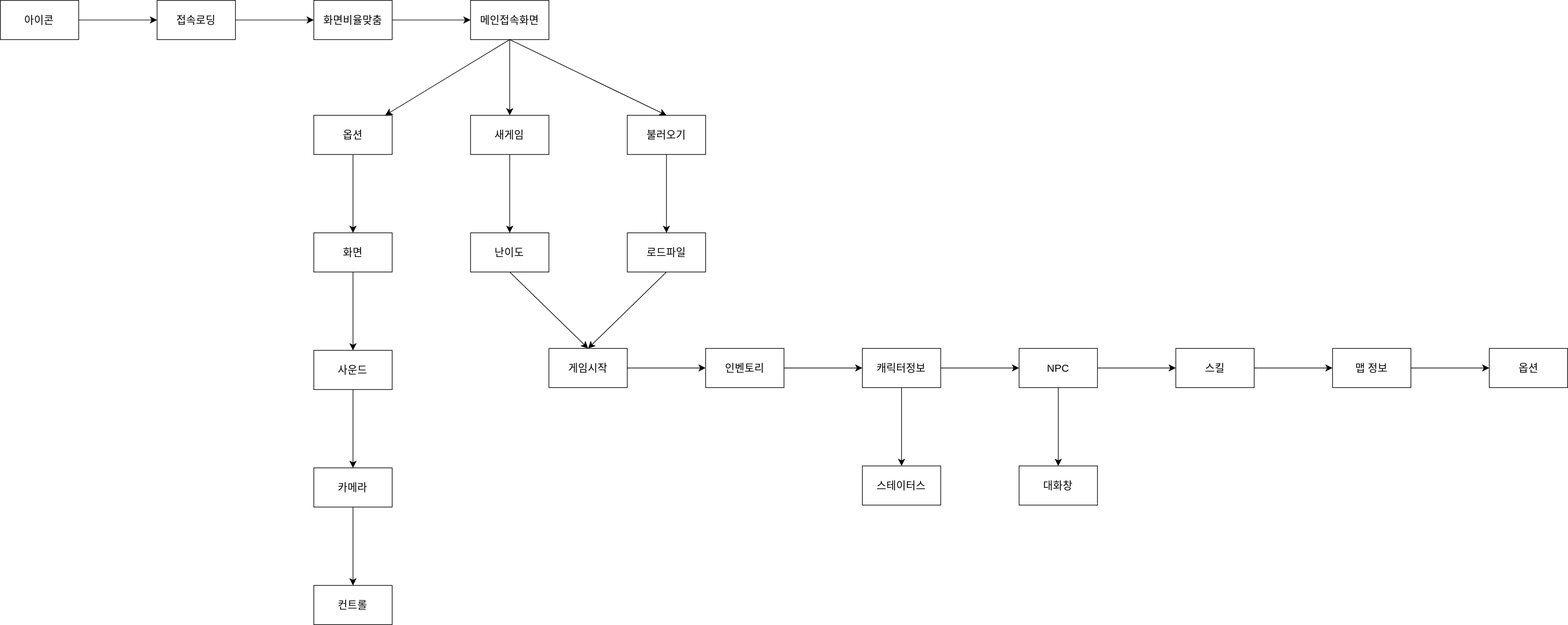
Earlier version of the draw.io export images/씬 플로우.drawio.svg (hji0909/H.J.I-website). Source tidied: cells renumbered, new cells last; positions are measured from the earlier drawing's top-left corner, leaving out a move shared by most shapes.
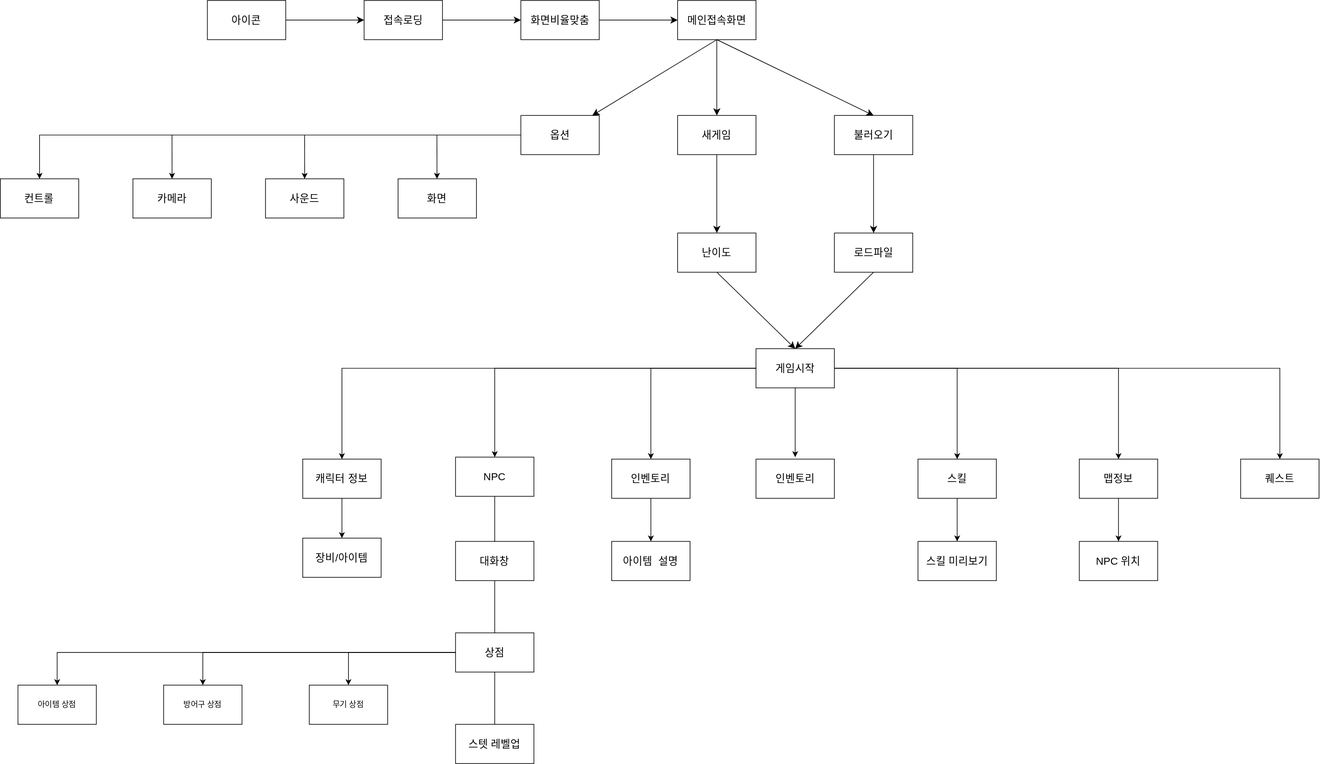
After the commit.

Change to the diagram source:
```diff
@@ -20,9 +20,6 @@
     <mxCell id="7" value="화면비율맞춤" style="whiteSpace=wrap;html=1;fontSize=16;rounded=0;" parent="1" vertex="1">
       <mxGeometry x="480" width="120" height="60" as="geometry" />
     </mxCell>
-    <mxCell id="8" style="edgeStyle=none;curved=1;rounded=0;jettySize=auto;html=1;fontSize=12;startSize=8;endSize=8;" parent="1" edge="1" source="9" target="19">
-      <mxGeometry relative="1" as="geometry" />
-    </mxCell>
     <mxCell id="9" value="옵션" style="whiteSpace=wrap;html=1;fontSize=16;rounded=0;" parent="1" vertex="1">
       <mxGeometry x="480" y="176" width="120" height="60" as="geometry" />
     </mxCell>
@@ -50,27 +47,15 @@
     <mxCell id="17" value="메인접속화면" style="whiteSpace=wrap;html=1;fontSize=16;rounded=0;" parent="1" vertex="1">
       <mxGeometry x="720" width="120" height="60" as="geometry" />
     </mxCell>
-    <mxCell id="18" style="edgeStyle=none;curved=1;rounded=0;jettySize=auto;html=1;fontSize=12;startSize=8;endSize=8;" parent="1" edge="1" source="19" target="21">
-      <mxGeometry relative="1" as="geometry" />
-    </mxCell>
     <mxCell id="19" value="화면" style="whiteSpace=wrap;html=1;fontSize=16;rounded=0;" parent="1" vertex="1">
-      <mxGeometry x="480" y="356" width="120" height="60" as="geometry" />
+      <mxGeometry x="292" y="273" width="120" height="60" as="geometry" />
     </mxCell>
-    <mxCell id="20" style="edgeStyle=none;curved=1;rounded=0;jettySize=auto;html=1;fontSize=12;startSize=8;endSize=8;" parent="1" edge="1" source="21" target="23">
-      <mxGeometry relative="1" as="geometry" />
-    </mxCell>
     <mxCell id="21" value="사운드" style="whiteSpace=wrap;html=1;fontSize=16;rounded=0;" parent="1" vertex="1">
-      <mxGeometry x="480" y="536" width="120" height="60" as="geometry" />
+      <mxGeometry x="89" y="273" width="120" height="60" as="geometry" />
     </mxCell>
-    <mxCell id="22" style="edgeStyle=none;curved=1;rounded=0;jettySize=auto;html=1;fontSize=12;startSize=8;endSize=8;" parent="1" edge="1" source="23" target="24">
-      <mxGeometry relative="1" as="geometry" />
-    </mxCell>
     <mxCell id="23" value="카메라" style="whiteSpace=wrap;html=1;fontSize=16;rounded=0;" parent="1" vertex="1">
-      <mxGeometry x="480" y="716" width="120" height="60" as="geometry" />
+      <mxGeometry x="-114" y="273" width="120" height="60" as="geometry" />
     </mxCell>
-    <mxCell id="24" value="컨트롤" style="whiteSpace=wrap;html=1;fontSize=16;rounded=0;" parent="1" vertex="1">
-      <mxGeometry x="480" y="896" width="120" height="60" as="geometry" />
-    </mxCell>
     <mxCell id="25" style="edgeStyle=none;curved=1;rounded=0;jettySize=auto;html=1;exitX=0.5;exitY=1;exitDx=0;exitDy=0;entryX=0.5;entryY=0;entryDx=0;entryDy=0;fontSize=12;startSize=8;endSize=8;" parent="1" edge="1" source="26" target="30">
       <mxGeometry relative="1" as="geometry" />
     </mxCell>
@@ -83,56 +68,136 @@
     <mxCell id="28" value="로드파일" style="whiteSpace=wrap;html=1;fontSize=16;rounded=0;" parent="1" vertex="1">
       <mxGeometry x="960" y="356" width="120" height="60" as="geometry" />
     </mxCell>
-    <mxCell id="29" style="edgeStyle=none;curved=1;rounded=0;jettySize=auto;html=1;fontSize=12;startSize=8;endSize=8;" parent="1" edge="1" source="30" target="32">
-      <mxGeometry relative="1" as="geometry" />
-    </mxCell>
+    <mxCell id="46" style="edgeStyle=orthogonalEdgeStyle;rounded=0;jettySize=auto;html=1;entryX=0.5;entryY=0;entryDx=0;entryDy=0;" parent="1" edge="1" source="30" target="42">
+      <mxGeometry relative="1" as="geometry" />
+    </mxCell>
+    <mxCell id="47" style="edgeStyle=orthogonalEdgeStyle;rounded=0;jettySize=auto;html=1;exitX=0;exitY=0.5;exitDx=0;exitDy=0;entryX=0.5;entryY=0;entryDx=0;entryDy=0;" parent="1" edge="1" source="30" target="58">
+      <mxGeometry relative="1" as="geometry" />
+    </mxCell>
+    <mxCell id="48" style="edgeStyle=orthogonalEdgeStyle;rounded=0;jettySize=auto;html=1;exitX=0;exitY=0.5;exitDx=0;exitDy=0;entryX=0.5;entryY=0;entryDx=0;entryDy=0;" parent="1" edge="1" source="30" target="56">
+      <mxGeometry relative="1" as="geometry" />
+    </mxCell>
+    <mxCell id="49" style="edgeStyle=orthogonalEdgeStyle;rounded=0;jettySize=auto;html=1;exitX=0;exitY=0.5;exitDx=0;exitDy=0;entryX=0.5;entryY=0;entryDx=0;entryDy=0;" parent="1" edge="1" source="30" target="35">
+      <mxGeometry relative="1" as="geometry" />
+    </mxCell>
+    <mxCell id="50" style="edgeStyle=orthogonalEdgeStyle;rounded=0;jettySize=auto;html=1;exitX=0.5;exitY=1;exitDx=0;exitDy=0;" parent="1" edge="1" source="30">
+      <mxGeometry relative="1" as="geometry">
+        <mxPoint x="900" y="699" as="targetPoint" />
+      </mxGeometry>
+    </mxCell>
+    <mxCell id="51" style="edgeStyle=orthogonalEdgeStyle;rounded=0;jettySize=auto;html=1;exitX=1;exitY=0.5;exitDx=0;exitDy=0;entryX=0.5;entryY=0;entryDx=0;entryDy=0;" parent="1" edge="1" source="30" target="38">
+      <mxGeometry relative="1" as="geometry" />
+    </mxCell>
+    <mxCell id="52" style="edgeStyle=orthogonalEdgeStyle;rounded=0;jettySize=auto;html=1;exitX=1;exitY=0.5;exitDx=0;exitDy=0;entryX=0.5;entryY=0;entryDx=0;entryDy=0;" parent="1" edge="1" source="30" target="40">
+      <mxGeometry relative="1" as="geometry" />
+    </mxCell>
     <mxCell id="30" value="게임시작" style="whiteSpace=wrap;html=1;fontSize=16;rounded=0;" parent="1" vertex="1">
       <mxGeometry x="840" y="533" width="120" height="60" as="geometry" />
     </mxCell>
-    <mxCell id="31" style="edgeStyle=none;curved=1;rounded=0;jettySize=auto;html=1;fontSize=12;startSize=8;endSize=8;" parent="1" edge="1" source="32" target="35">
-      <mxGeometry relative="1" as="geometry" />
-    </mxCell>
+    <mxCell id="53" style="edgeStyle=orthogonalEdgeStyle;rounded=0;jettySize=auto;html=1;" parent="1" edge="1" source="35" target="76">
+      <mxGeometry relative="1" as="geometry" />
+    </mxCell>
+    <mxCell id="35" value="인벤토리" style="whiteSpace=wrap;html=1;fontSize=16;rounded=0;" parent="1" vertex="1">
+      <mxGeometry x="619" y="702" width="120" height="60" as="geometry" />
+    </mxCell>
+    <mxCell id="54" style="edgeStyle=orthogonalEdgeStyle;rounded=0;jettySize=auto;html=1;" parent="1" edge="1" source="38" target="75">
+      <mxGeometry relative="1" as="geometry" />
+    </mxCell>
+    <mxCell id="38" value="스킬" style="whiteSpace=wrap;html=1;fontSize=16;rounded=0;" parent="1" vertex="1">
+      <mxGeometry x="1088" y="702" width="120" height="60" as="geometry" />
+    </mxCell>
+    <mxCell id="55" style="edgeStyle=orthogonalEdgeStyle;rounded=0;jettySize=auto;html=1;" parent="1" edge="1" source="40" target="74">
+      <mxGeometry relative="1" as="geometry" />
+    </mxCell>
+    <mxCell id="40" value="맵정보" style="whiteSpace=wrap;html=1;fontSize=16;rounded=0;" parent="1" vertex="1">
+      <mxGeometry x="1335" y="702" width="120" height="60" as="geometry" />
+    </mxCell>
+    <mxCell id="42" value="퀘스트" style="whiteSpace=wrap;html=1;fontSize=16;rounded=0;" parent="1" vertex="1">
+      <mxGeometry x="1582" y="702" width="120" height="60" as="geometry" />
+    </mxCell>
+    <mxCell id="44" value="장비/아이템" style="whiteSpace=wrap;html=1;fontSize=16;rounded=0;" parent="1" vertex="1">
+      <mxGeometry x="146" y="823" width="120" height="60" as="geometry" />
+    </mxCell>
+    <mxCell id="56" value="NPC" style="whiteSpace=wrap;html=1;fontSize=16;rounded=0;" parent="1" vertex="1">
+      <mxGeometry x="380" y="699" width="120" height="60" as="geometry" />
+    </mxCell>
+    <mxCell id="57" style="edgeStyle=orthogonalEdgeStyle;rounded=0;jettySize=auto;html=1;exitX=0.5;exitY=1;exitDx=0;exitDy=0;" parent="1" edge="1" source="58" target="44">
+      <mxGeometry relative="1" as="geometry" />
+    </mxCell>
+    <mxCell id="58" value="캐릭터 정보" style="whiteSpace=wrap;html=1;fontSize=16;rounded=0;" parent="1" vertex="1">
+      <mxGeometry x="146" y="702" width="120" height="60" as="geometry" />
+    </mxCell>
+    <mxCell id="59" style="edgeStyle=orthogonalEdgeStyle;rounded=0;jettySize=auto;html=1;exitX=0;exitY=0.5;exitDx=0;exitDy=0;" parent="1" edge="1" source="9" target="24">
+      <mxGeometry relative="1" as="geometry" />
+    </mxCell>
+    <mxCell id="24" value="컨트롤" style="whiteSpace=wrap;html=1;fontSize=16;rounded=0;" parent="1" vertex="1">
+      <mxGeometry x="-317" y="273" width="120" height="60" as="geometry" />
+    </mxCell>
+    <mxCell id="60" style="endArrow=classic;html=1;rounded=0;" parent="1" edge="1">
+      <mxGeometry relative="1" as="geometry">
+        <mxPoint x="-54.2" y="206" as="sourcePoint" />
+        <mxPoint x="-54.1" y="273" as="targetPoint" />
+      </mxGeometry>
+    </mxCell>
+    <mxCell id="61" style="endArrow=classic;html=1;rounded=0;" parent="1" edge="1">
+      <mxGeometry relative="1" as="geometry">
+        <mxPoint x="148.8" y="206" as="sourcePoint" />
+        <mxPoint x="148.9" y="273" as="targetPoint" />
+      </mxGeometry>
+    </mxCell>
+    <mxCell id="62" style="endArrow=classic;html=1;rounded=0;" parent="1" edge="1">
+      <mxGeometry relative="1" as="geometry">
+        <mxPoint x="351.5" y="206" as="sourcePoint" />
+        <mxPoint x="351.6" y="273" as="targetPoint" />
+      </mxGeometry>
+    </mxCell>
     <mxCell id="32" value="인벤토리" style="whiteSpace=wrap;html=1;fontSize=16;rounded=0;" parent="1" vertex="1">
-      <mxGeometry x="1080" y="533" width="120" height="60" as="geometry" />
+      <mxGeometry x="840" y="702" width="120" height="60" as="geometry" />
     </mxCell>
-    <mxCell id="33" style="edgeStyle=none;curved=1;rounded=0;jettySize=auto;html=1;fontSize=12;startSize=8;endSize=8;" parent="1" edge="1" source="35" target="38">
-      <mxGeometry relative="1" as="geometry" />
-    </mxCell>
-    <mxCell id="34" style="edgeStyle=none;curved=1;rounded=0;jettySize=auto;html=1;fontSize=12;startSize=8;endSize=8;" parent="1" edge="1" source="35" target="44">
-      <mxGeometry relative="1" as="geometry" />
-    </mxCell>
-    <mxCell id="35" value="캐릭터정보" style="whiteSpace=wrap;html=1;fontSize=16;rounded=0;" parent="1" vertex="1">
-      <mxGeometry x="1320" y="533" width="120" height="60" as="geometry" />
-    </mxCell>
-    <mxCell id="36" style="edgeStyle=none;curved=1;rounded=0;jettySize=auto;html=1;fontSize=12;startSize=8;endSize=8;" parent="1" edge="1" source="38" target="40">
-      <mxGeometry relative="1" as="geometry" />
-    </mxCell>
-    <mxCell id="37" style="edgeStyle=none;curved=1;rounded=0;jettySize=auto;html=1;fontSize=12;startSize=8;endSize=8;" parent="1" edge="1" source="38" target="45">
-      <mxGeometry relative="1" as="geometry" />
-    </mxCell>
-    <mxCell id="38" value="NPC" style="whiteSpace=wrap;html=1;fontSize=16;rounded=0;" parent="1" vertex="1">
-      <mxGeometry x="1560" y="533" width="120" height="60" as="geometry" />
-    </mxCell>
-    <mxCell id="39" style="edgeStyle=none;curved=1;rounded=0;jettySize=auto;html=1;fontSize=12;startSize=8;endSize=8;" parent="1" edge="1" source="40" target="42">
-      <mxGeometry relative="1" as="geometry" />
-    </mxCell>
-    <mxCell id="40" value="스킬" style="whiteSpace=wrap;html=1;fontSize=16;rounded=0;" parent="1" vertex="1">
-      <mxGeometry x="1800" y="533" width="120" height="60" as="geometry" />
-    </mxCell>
-    <mxCell id="41" style="edgeStyle=none;curved=1;rounded=0;jettySize=auto;html=1;fontSize=12;startSize=8;endSize=8;" parent="1" edge="1" source="42" target="43">
-      <mxGeometry relative="1" as="geometry" />
-    </mxCell>
-    <mxCell id="42" value="맵 정보" style="whiteSpace=wrap;html=1;fontSize=16;rounded=0;" parent="1" vertex="1">
-      <mxGeometry x="2040" y="533" width="120" height="60" as="geometry" />
-    </mxCell>
-    <mxCell id="43" value="옵션" style="whiteSpace=wrap;html=1;fontSize=16;rounded=0;" parent="1" vertex="1">
-      <mxGeometry x="2280" y="533" width="120" height="60" as="geometry" />
-    </mxCell>
-    <mxCell id="44" value="스테이터스" style="whiteSpace=wrap;html=1;fontSize=16;rounded=0;" parent="1" vertex="1">
-      <mxGeometry x="1320" y="713" width="120" height="60" as="geometry" />
-    </mxCell>
     <mxCell id="45" value="대화창" style="whiteSpace=wrap;html=1;fontSize=16;rounded=0;" parent="1" vertex="1">
-      <mxGeometry x="1560" y="713" width="120" height="60" as="geometry" />
+      <mxGeometry x="380" y="828" width="120" height="60" as="geometry" />
     </mxCell>
+    <mxCell id="63" style="endArrow=none;html=1;rounded=0;entryX=0.5;entryY=1;entryDx=0;entryDy=0;exitX=0.5;exitY=0;exitDx=0;exitDy=0;" parent="1" edge="1" source="45" target="56">
+      <mxGeometry relative="1" as="geometry" />
+    </mxCell>
+    <mxCell id="64" style="edgeStyle=orthogonalEdgeStyle;rounded=0;jettySize=auto;html=1;exitX=0;exitY=0.5;exitDx=0;exitDy=0;" parent="1" edge="1" source="67" target="71">
+      <mxGeometry relative="1" as="geometry" />
+    </mxCell>
+    <mxCell id="65" style="edgeStyle=orthogonalEdgeStyle;rounded=0;jettySize=auto;html=1;exitX=0;exitY=0.5;exitDx=0;exitDy=0;" parent="1" edge="1" source="67" target="72">
+      <mxGeometry relative="1" as="geometry" />
+    </mxCell>
+    <mxCell id="66" style="edgeStyle=orthogonalEdgeStyle;rounded=0;jettySize=auto;html=1;exitX=0;exitY=0.5;exitDx=0;exitDy=0;" parent="1" edge="1" source="67" target="73">
+      <mxGeometry relative="1" as="geometry" />
+    </mxCell>
+    <mxCell id="67" value="상점" style="whiteSpace=wrap;html=1;fontSize=16;rounded=0;" parent="1" vertex="1">
+      <mxGeometry x="380" y="968" width="120" height="60" as="geometry" />
+    </mxCell>
+    <mxCell id="68" style="endArrow=none;html=1;rounded=0;entryX=0.5;entryY=1;entryDx=0;entryDy=0;exitX=0.5;exitY=0;exitDx=0;exitDy=0;" parent="1" edge="1" source="67" target="45">
+      <mxGeometry relative="1" as="geometry" />
+    </mxCell>
+    <mxCell id="69" value="스텟 레벨업" style="whiteSpace=wrap;html=1;fontSize=16;rounded=0;" parent="1" vertex="1">
+      <mxGeometry x="380" y="1108" width="120" height="60" as="geometry" />
+    </mxCell>
+    <mxCell id="70" style="endArrow=none;html=1;rounded=0;exitX=0.5;exitY=1;exitDx=0;exitDy=0;" parent="1" edge="1" source="67" target="69">
+      <mxGeometry relative="1" as="geometry" />
+    </mxCell>
+    <mxCell id="71" value="아이템 상점" style="rounded=0;whiteSpace=wrap;html=1;" parent="1" vertex="1">
+      <mxGeometry x="-290" y="1048" width="120" height="60" as="geometry" />
+    </mxCell>
+    <mxCell id="72" value="방어구 상점" style="rounded=0;whiteSpace=wrap;html=1;" parent="1" vertex="1">
+      <mxGeometry x="-67" y="1048" width="120" height="60" as="geometry" />
+    </mxCell>
+    <mxCell id="73" value="무기 상점" style="rounded=0;whiteSpace=wrap;html=1;" parent="1" vertex="1">
+      <mxGeometry x="156" y="1048" width="120" height="60" as="geometry" />
+    </mxCell>
+    <mxCell id="74" value="NPC 위치" style="whiteSpace=wrap;html=1;fontSize=16;rounded=0;" parent="1" vertex="1">
+      <mxGeometry x="1335" y="828" width="120" height="60" as="geometry" />
+    </mxCell>
+    <mxCell id="75" value="스킬 미리보기" style="whiteSpace=wrap;html=1;fontSize=16;rounded=0;" parent="1" vertex="1">
+      <mxGeometry x="1088" y="828" width="120" height="60" as="geometry" />
+    </mxCell>
+    <mxCell id="76" value="아이템&amp;nbsp; 설명" style="whiteSpace=wrap;html=1;fontSize=16;rounded=0;" parent="1" vertex="1">
+      <mxGeometry x="619" y="828" width="120" height="60" as="geometry" />
+    </mxCell>
   </root>
 </mxGraphModel>
```
